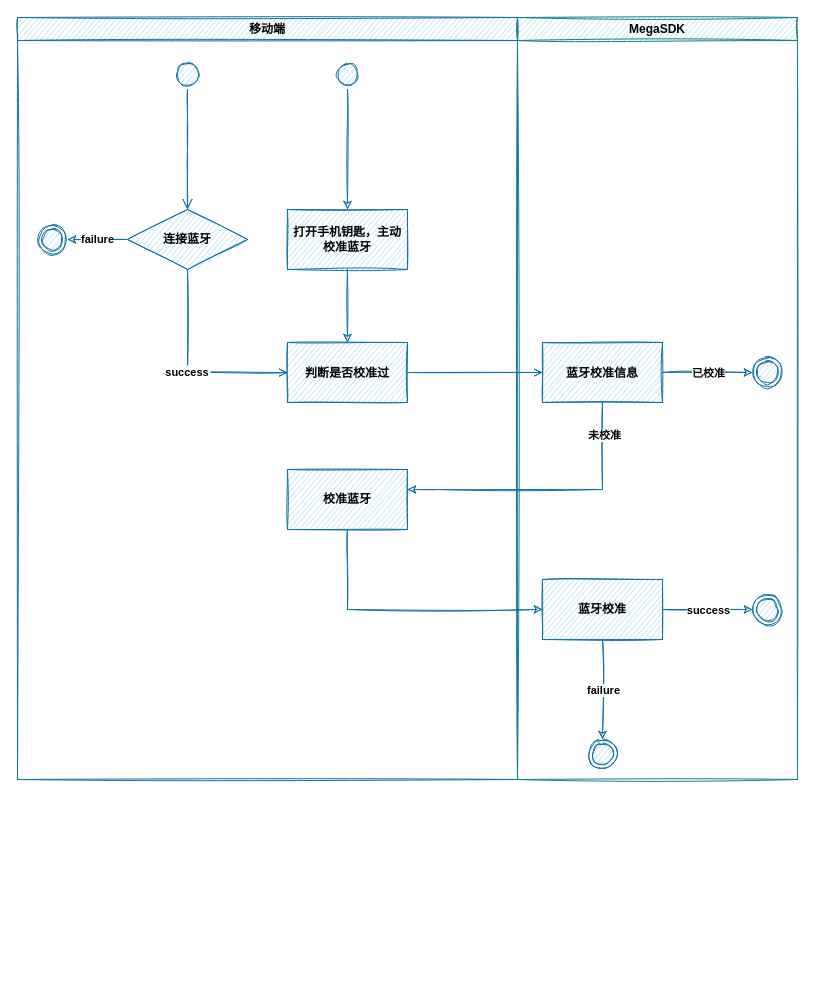
liamxujia/diagrams keeps this draw.io diagram as 蓝牙校准.drawio. Above is the earlier version. Source tidied: cells renumbered, new cells numbered last; positions are measured from the earlier drawing's top-left corner, leaving out a move shared by most shapes. Both pictures are drawn from the tidied source at 100%, with x=0, y=0 at pixel (17, 17).
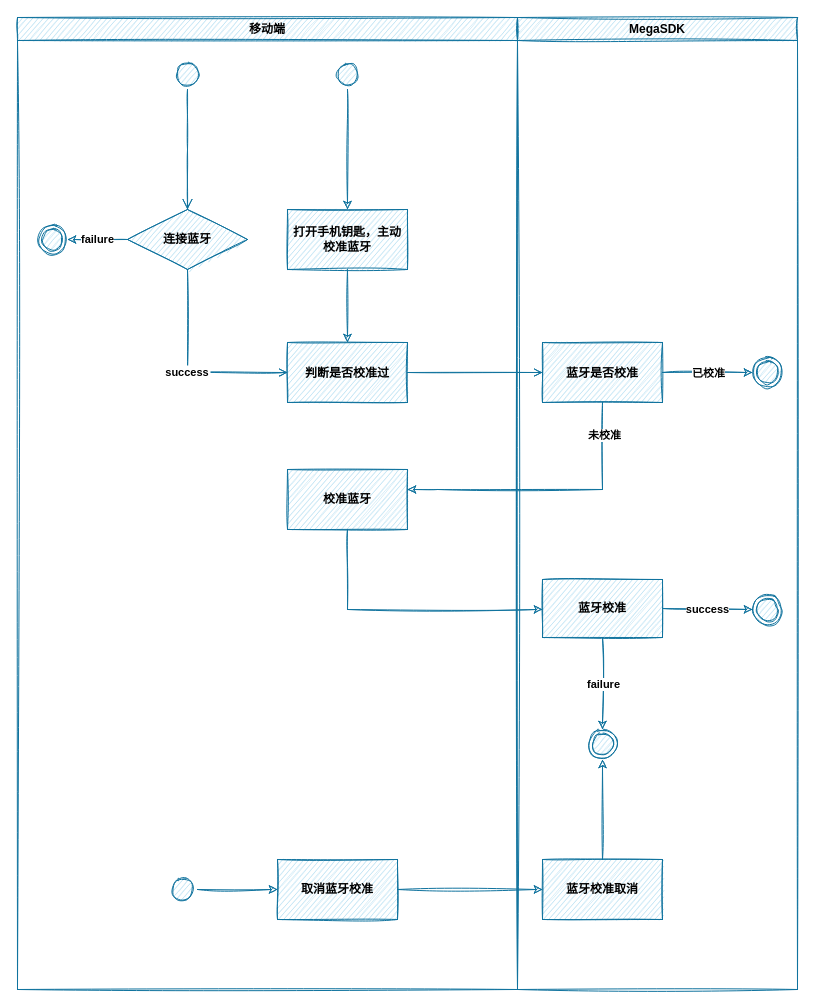
The same diagram, later.

Commit message:
更新蓝牙校准.drawio

Change to the diagram source:
```diff
@@
     <mxCell id="2" value="移动端" style="swimlane;whiteSpace=wrap;fontStyle=1;fillColor=#b1ddf0;strokeColor=#10739e;sketch=1;" parent="1" vertex="1">
-      <mxGeometry width="500" height="762" as="geometry" />
+      <mxGeometry width="500" height="972" as="geometry" />
     </mxCell>
@@
+    <mxCell id="31" style="edgeStyle=orthogonalEdgeStyle;rounded=0;sketch=1;jettySize=auto;html=1;exitX=1;exitY=0.5;exitDx=0;exitDy=0;entryX=0;entryY=0.5;entryDx=0;entryDy=0;strokeColor=#10739e;fillColor=#b1ddf0;" parent="2" edge="1" source="32" target="33">
+      <mxGeometry relative="1" as="geometry" />
+    </mxCell>
+    <mxCell id="32" style="ellipse;shape=startState;fillColor=#b1ddf0;strokeColor=#10739e;fontStyle=1;sketch=1;" parent="2" vertex="1">
+      <mxGeometry x="150" y="857" width="30" height="30" as="geometry" />
+    </mxCell>
+    <mxCell id="33" value="取消蓝牙校准" style="whiteSpace=wrap;html=1;fontStyle=1;fillColor=#b1ddf0;strokeColor=#10739e;sketch=1;" parent="2" vertex="1">
+      <mxGeometry x="260" y="842" width="120" height="60" as="geometry" />
+    </mxCell>
-    <mxCell id="15" value="MegaSDK" style="swimlane;whiteSpace=wrap;fontStyle=1;fillColor=#b0e3e6;strokeColor=#0e8088;sketch=1;" parent="1" vertex="1">
-      <mxGeometry x="500" width="280" height="762" as="geometry" />
+    <mxCell id="15" value="MegaSDK" style="swimlane;whiteSpace=wrap;fontStyle=1;fillColor=#b1ddf0;strokeColor=#10739e;sketch=1;" parent="1" vertex="1">
+      <mxGeometry x="500" width="280" height="972" as="geometry" />
     </mxCell>
-    <mxCell id="16" value="蓝牙校准信息" style="direction=west;fontStyle=1;fillColor=#b1ddf0;strokeColor=#10739e;sketch=1;" parent="15" vertex="1">
+    <mxCell id="16" value="蓝牙是否校准" style="direction=west;fontStyle=1;fillColor=#b1ddf0;strokeColor=#10739e;sketch=1;" parent="15" vertex="1">
       <mxGeometry x="25" y="325" width="120" height="60" as="geometry" />
     </mxCell>
@@
     <mxCell id="20" value="蓝牙校准" style="whiteSpace=wrap;html=1;fontStyle=1;sketch=1;fillColor=#b1ddf0;strokeColor=#10739e;" parent="15" vertex="1">
-      <mxGeometry x="25" y="562" width="120" height="60" as="geometry" />
+      <mxGeometry x="25" y="562" width="120" height="58" as="geometry" />
     </mxCell>
@@
     <mxCell id="26" style="ellipse;shape=endState;fillColor=#b1ddf0;strokeColor=#10739e;fontStyle=1;sketch=1;" parent="15" vertex="1">
-      <mxGeometry x="70" y="722" width="30" height="30" as="geometry" />
+      <mxGeometry x="70" y="712" width="30" height="30" as="geometry" />
     </mxCell>
+    <mxCell id="34" style="edgeStyle=orthogonalEdgeStyle;rounded=0;sketch=1;jettySize=auto;html=1;exitX=0.5;exitY=0;exitDx=0;exitDy=0;entryX=0.5;entryY=1;entryDx=0;entryDy=0;strokeColor=#10739e;fillColor=#b1ddf0;" parent="15" edge="1" source="35" target="26">
+      <mxGeometry relative="1" as="geometry" />
+    </mxCell>
+    <mxCell id="35" value="蓝牙校准取消" style="whiteSpace=wrap;html=1;fontStyle=1;strokeColor=#10739e;fillColor=#b1ddf0;sketch=1;" parent="15" vertex="1">
+      <mxGeometry x="25" y="842" width="120" height="60" as="geometry" />
+    </mxCell>
@@
+    <mxCell id="36" style="edgeStyle=orthogonalEdgeStyle;rounded=0;sketch=1;jettySize=auto;html=1;strokeColor=#10739e;fillColor=#b1ddf0;" parent="1" edge="1" source="33" target="35">
+      <mxGeometry relative="1" as="geometry" />
+    </mxCell>
```
